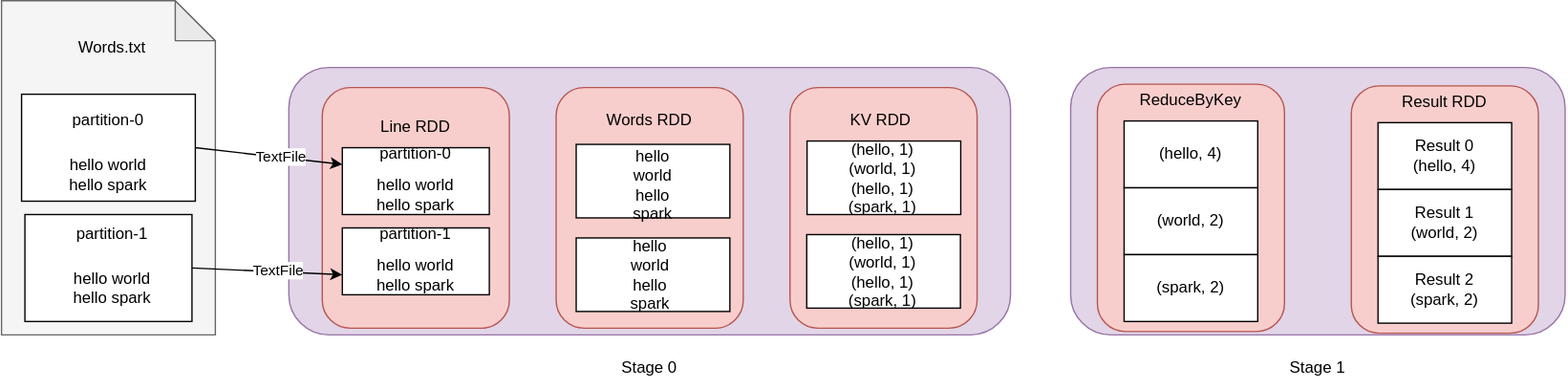
zwangsheng/draw keeps this draw.io diagram as Shuffle-WorkCount-Stage.drawio.svg. Above is the earlier version. Source tidied: cells renumbered, new cells last; positions are measured from the earlier drawing's top-left corner, leaving out a move shared by most shapes.
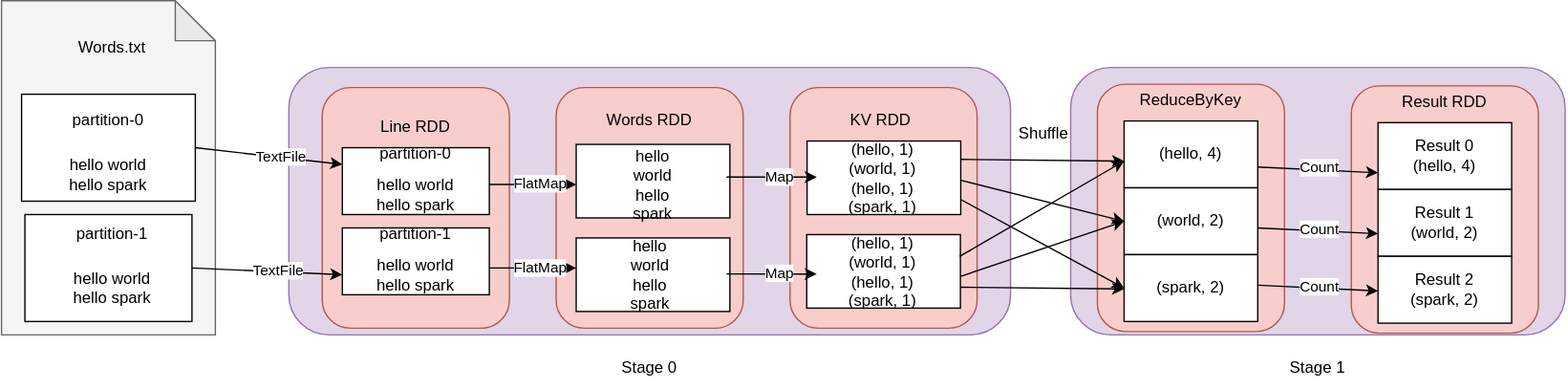
The same file after the commit.

What changed in the source:
```diff
@@ -140,5 +140,105 @@
     <mxCell id="47" value="TextFile" style="edgeLabel;html=1;align=center;verticalAlign=middle;" parent="46" vertex="1">
       <mxGeometry x="0.15" y="1" relative="1" as="geometry" />
     </mxCell>
+    <mxCell id="48" style="endArrow=classic;html=1;rounded=0;exitX=1;exitY=0.25;exitDx=0;exitDy=0;entryX=0;entryY=0.5;entryDx=0;entryDy=0;" parent="1" edge="1" source="26" target="29">
+      <mxGeometry relative="1" as="geometry" />
+    </mxCell>
+    <mxCell id="49" value="FlatMap" style="edgeLabel;html=1;align=center;verticalAlign=middle;" parent="48" vertex="1">
+      <mxGeometry x="0.15" y="1" relative="1" as="geometry" />
+    </mxCell>
+    <mxCell id="50" style="endArrow=classic;html=1;rounded=0;exitX=1;exitY=0.25;exitDx=0;exitDy=0;entryX=0;entryY=0.5;entryDx=0;entryDy=0;" parent="1" edge="1">
+      <mxGeometry relative="1" as="geometry">
+        <mxPoint x="365" y="200" as="sourcePoint" />
+        <mxPoint x="430" y="200" as="targetPoint" />
+      </mxGeometry>
+    </mxCell>
+    <mxCell id="51" value="FlatMap" style="edgeLabel;html=1;align=center;verticalAlign=middle;" parent="50" vertex="1">
+      <mxGeometry x="0.15" y="1" relative="1" as="geometry" />
+    </mxCell>
+    <mxCell id="52" style="endArrow=classic;html=1;rounded=0;exitX=1;exitY=0.25;exitDx=0;exitDy=0;" parent="1" edge="1">
+      <mxGeometry relative="1" as="geometry">
+        <mxPoint x="542.5" y="131.9" as="sourcePoint" />
+        <mxPoint x="610" y="132" as="targetPoint" />
+      </mxGeometry>
+    </mxCell>
+    <mxCell id="53" value="Map" style="edgeLabel;html=1;align=center;verticalAlign=middle;" parent="52" vertex="1">
+      <mxGeometry x="0.15" y="1" relative="1" as="geometry" />
+    </mxCell>
+    <mxCell id="54" style="endArrow=classic;html=1;rounded=0;exitX=1;exitY=0.25;exitDx=0;exitDy=0;" parent="1" edge="1">
+      <mxGeometry relative="1" as="geometry">
+        <mxPoint x="542.5" y="204.4" as="sourcePoint" />
+        <mxPoint x="610" y="204.5" as="targetPoint" />
+      </mxGeometry>
+    </mxCell>
+    <mxCell id="55" value="Map" style="edgeLabel;html=1;align=center;verticalAlign=middle;" parent="54" vertex="1">
+      <mxGeometry x="0.15" y="1" relative="1" as="geometry" />
+    </mxCell>
+    <mxCell id="56" style="endArrow=classic;html=1;rounded=0;exitX=1;exitY=0.25;exitDx=0;exitDy=0;" parent="1" edge="1" source="4">
+      <mxGeometry relative="1" as="geometry">
+        <mxPoint x="840" y="120" as="targetPoint" />
+      </mxGeometry>
+    </mxCell>
+    <mxCell id="57" style="endArrow=classic;html=1;rounded=0;exitX=1;exitY=0.25;exitDx=0;exitDy=0;" parent="1" edge="1">
+      <mxGeometry relative="1" as="geometry">
+        <mxPoint x="717.8" y="214.4" as="sourcePoint" />
+        <mxPoint x="840" y="215.6" as="targetPoint" />
+      </mxGeometry>
+    </mxCell>
+    <mxCell id="58" style="endArrow=classic;html=1;rounded=0;exitX=1;exitY=0.25;exitDx=0;exitDy=0;entryX=0;entryY=0.5;entryDx=0;entryDy=0;" parent="1" edge="1" target="36">
+      <mxGeometry relative="1" as="geometry">
+        <mxPoint x="717.8" y="134.4" as="sourcePoint" />
+      </mxGeometry>
+    </mxCell>
+    <mxCell id="59" style="endArrow=classic;html=1;rounded=0;exitX=1;exitY=0.25;exitDx=0;exitDy=0;entryX=0;entryY=0.5;entryDx=0;entryDy=0;" parent="1" edge="1" target="37">
+      <mxGeometry relative="1" as="geometry">
+        <mxPoint x="717.8" y="148.8" as="sourcePoint" />
+      </mxGeometry>
+    </mxCell>
+    <mxCell id="60" style="endArrow=classic;html=1;rounded=0;exitX=1;exitY=0.25;exitDx=0;exitDy=0;entryX=0;entryY=0.5;entryDx=0;entryDy=0;" parent="1" edge="1" target="36">
+      <mxGeometry relative="1" as="geometry">
+        <mxPoint x="717.8" y="206.2" as="sourcePoint" />
+      </mxGeometry>
+    </mxCell>
+    <mxCell id="61" style="endArrow=classic;html=1;rounded=0;exitX=1;exitY=0.25;exitDx=0;exitDy=0;" parent="1" edge="1">
+      <mxGeometry relative="1" as="geometry">
+        <mxPoint x="717" y="191.2" as="sourcePoint" />
+        <mxPoint x="840" y="120" as="targetPoint" />
+      </mxGeometry>
+    </mxCell>
+    <mxCell id="62" value="Shuffle" style="text;html=1;strokeColor=none;fillColor=none;align=center;verticalAlign=middle;whiteSpace=wrap;rounded=0;" parent="1" vertex="1">
+      <mxGeometry x="750" y="85" width="60" height="30" as="geometry" />
+    </mxCell>
+    <mxCell id="63" style="endArrow=classic;html=1;rounded=0;entryX=0;entryY=0.75;entryDx=0;entryDy=0;" parent="1" edge="1" target="40">
+      <mxGeometry relative="1" as="geometry">
+        <mxPoint x="940" y="124.4" as="sourcePoint" />
+      </mxGeometry>
+    </mxCell>
+    <mxCell id="64" value="Count" style="edgeLabel;html=1;align=center;verticalAlign=middle;" parent="63" vertex="1">
+      <mxGeometry x="0.48" y="-3" relative="1" as="geometry">
+        <mxPoint x="-21" y="-6" as="offset" />
+      </mxGeometry>
+    </mxCell>
+    <mxCell id="65" style="endArrow=classic;html=1;rounded=0;entryX=0;entryY=0.75;entryDx=0;entryDy=0;" parent="1" edge="1">
+      <mxGeometry relative="1" as="geometry">
+        <mxPoint x="940" y="170" as="sourcePoint" />
+        <mxPoint x="1030" y="174.3" as="targetPoint" />
+      </mxGeometry>
+    </mxCell>
+    <mxCell id="66" value="Count" style="edgeLabel;html=1;align=center;verticalAlign=middle;" parent="65" vertex="1">
+      <mxGeometry x="0.48" y="-3" relative="1" as="geometry">
+        <mxPoint x="-21" y="-6" as="offset" />
+      </mxGeometry>
+    </mxCell>
+    <mxCell id="67" style="endArrow=classic;html=1;rounded=0;entryX=0;entryY=0.75;entryDx=0;entryDy=0;" parent="1" edge="1">
+      <mxGeometry relative="1" as="geometry">
+        <mxPoint x="940" y="212.8" as="sourcePoint" />
+        <mxPoint x="1030" y="217.1" as="targetPoint" />
+      </mxGeometry>
+    </mxCell>
+    <mxCell id="68" value="Count" style="edgeLabel;html=1;align=center;verticalAlign=middle;" parent="67" vertex="1">
+      <mxGeometry x="0.48" y="-3" relative="1" as="geometry">
+        <mxPoint x="-21" y="-6" as="offset" />
+      </mxGeometry>
+    </mxCell>
   </root>
 </mxGraphModel>
```
